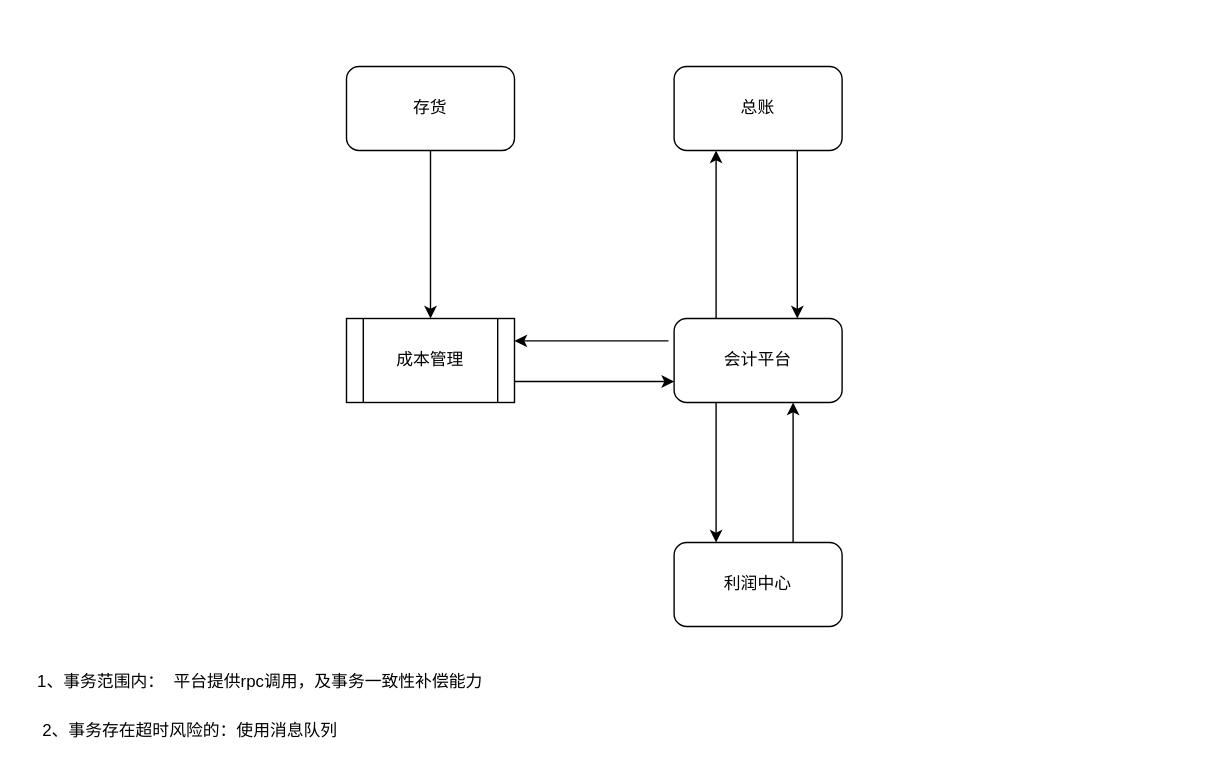
Before: 管理会计架构 .drawio in rainygod/whreact, a draw.io diagram. Source tidied: cells renumbered, new cells numbered last; positions are measured from the earlier drawing's top-left corner, leaving out a move shared by most shapes. Both pictures are drawn from the tidied source at 140%, with x=0, y=0 at pixel (28, 66).
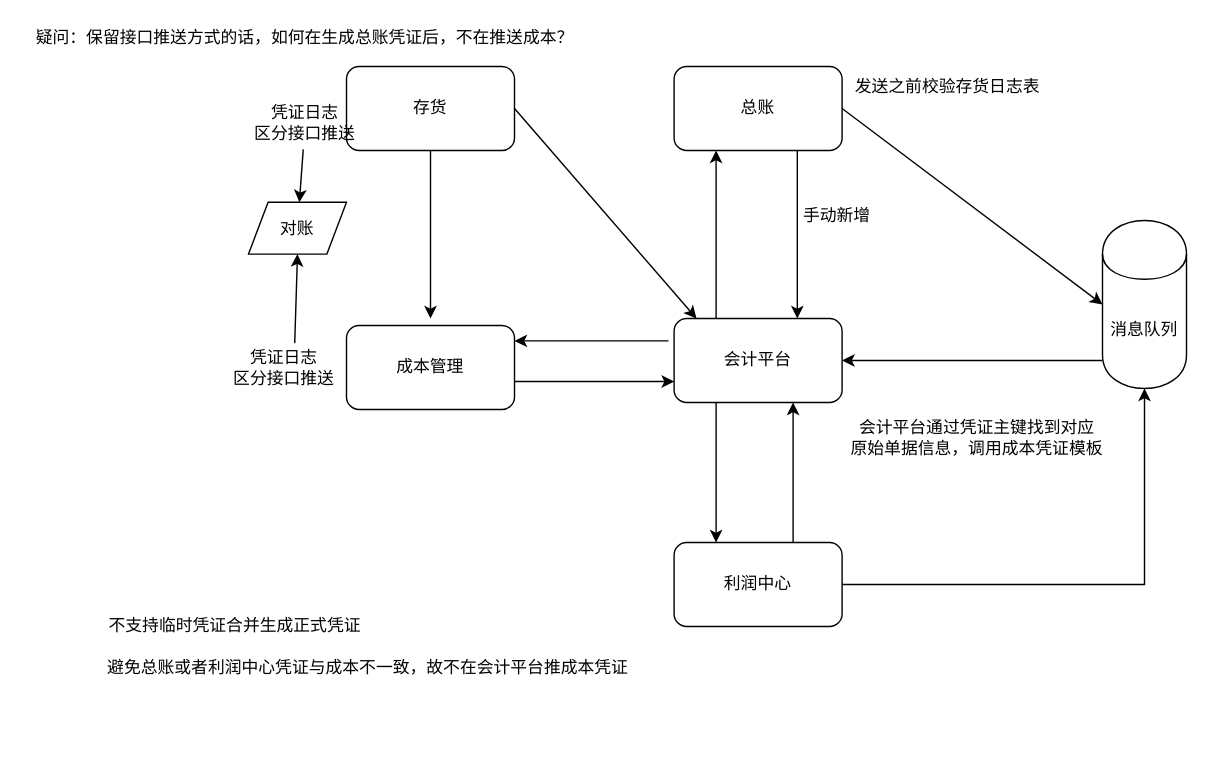
After the change.

Commit message:
更新管理会计架构 .drawio

Unchanged cells that the change refers to:
```xml
<mxCell id="4" value="存货" style="rounded=1;whiteSpace=wrap;html=1;" parent="1" vertex="1">
  <mxGeometry x="227" width="120" height="60" as="geometry" />
</mxCell>
<mxCell id="7" value="会计平台" style="rounded=1;whiteSpace=wrap;html=1;" parent="1" vertex="1">
  <mxGeometry x="461" y="180" width="120" height="60" as="geometry" />
</mxCell>
<mxCell id="8" value="总账" style="rounded=1;whiteSpace=wrap;html=1;" parent="1" vertex="1">
  <mxGeometry x="461" width="120" height="60" as="geometry" />
</mxCell>
<mxCell id="10" value="利润中心" style="rounded=1;whiteSpace=wrap;html=1;" parent="1" vertex="1">
  <mxGeometry x="461" y="340" width="120" height="60" as="geometry" />
</mxCell>
```

What changed in the source:
```diff
@@
-    <mxCell id="2" value="成本管理" style="shape=process;whiteSpace=wrap;html=1;backgroundOutline=1;" parent="1" vertex="1">
-      <mxGeometry x="227" y="180" width="120" height="60" as="geometry" />
-    </mxCell>
-    <mxCell id="3" style="edgeStyle=orthogonalEdgeStyle;rounded=0;jettySize=auto;html=1;exitX=0.5;exitY=1;exitDx=0;exitDy=0;entryX=0.5;entryY=0;entryDx=0;entryDy=0;" parent="1" edge="1" source="4" target="2">
-      <mxGeometry relative="1" as="geometry" />
+    <mxCell id="3" style="edgeStyle=orthogonalEdgeStyle;rounded=0;jettySize=auto;html=1;exitX=0.5;exitY=1;exitDx=0;exitDy=0;entryX=0.5;entryY=0;entryDx=0;entryDy=0;" parent="1" edge="1" source="4">
+      <mxGeometry relative="1" as="geometry">
+        <mxPoint x="287" y="180" as="targetPoint" />
+      </mxGeometry>
     </mxCell>
@@
+    <mxCell id="16" style="edgeStyle=orthogonalEdgeStyle;rounded=0;jettySize=auto;html=1;exitX=1;exitY=0.5;exitDx=0;exitDy=0;entryX=0.5;entryY=1;entryDx=0;entryDy=0;" parent="1" edge="1" source="10" target="22">
+      <mxGeometry relative="1" as="geometry" />
+    </mxCell>
@@
-    <mxCell id="13" style="endArrow=classic;html=1;exitX=1;exitY=0.75;exitDx=0;exitDy=0;entryX=0;entryY=0.75;entryDx=0;entryDy=0;" parent="1" edge="1" source="2" target="7">
-      <mxGeometry relative="1" as="geometry" />
+    <mxCell id="13" style="endArrow=classic;html=1;exitX=1;exitY=0.75;exitDx=0;exitDy=0;entryX=0;entryY=0.75;entryDx=0;entryDy=0;" parent="1" edge="1" target="7">
+      <mxGeometry relative="1" as="geometry">
+        <mxPoint x="347" y="225" as="sourcePoint" />
+      </mxGeometry>
     </mxCell>
-    <mxCell id="14" value="1、事务范围内：&amp;nbsp; 平台提供rpc调用，及事务一致性补偿能力" style="text;html=1;align=center;verticalAlign=middle;" parent="1" vertex="1">
-      <mxGeometry y="430" width="330" height="20" as="geometry" />
-    </mxCell>
-    <mxCell id="15" value="2、事务存在超时风险的：使用消息队列" style="text;html=1;align=center;verticalAlign=middle;" parent="1" vertex="1">
-      <mxGeometry y="465" width="230" height="20" as="geometry" />
-    </mxCell>
+    <mxCell id="17" style="endArrow=classic;html=1;exitX=1;exitY=0.5;exitDx=0;exitDy=0;" parent="1" edge="1" source="4">
+      <mxGeometry relative="1" as="geometry">
+        <mxPoint x="477" y="180" as="targetPoint" />
+      </mxGeometry>
+    </mxCell>
+    <mxCell id="18" value="避免总账或者利润中心凭证与成本不一致，故不在会计平台推成本凭证" style="text;html=1;align=center;verticalAlign=middle;" parent="1" vertex="1">
+      <mxGeometry x="47" y="420" width="390" height="20" as="geometry" />
+    </mxCell>
+    <mxCell id="19" style="endArrow=classic;html=1;exitX=1;exitY=0.5;exitDx=0;exitDy=0;entryX=0;entryY=0.5;entryDx=0;entryDy=0;" parent="1" edge="1" source="8" target="22">
+      <mxGeometry relative="1" as="geometry" />
+    </mxCell>
+    <mxCell id="20" style="endArrow=classic;html=1;exitX=0;exitY=0.833;exitDx=0;exitDy=0;exitPerimeter=0;" parent="1" edge="1" source="22" target="7">
+      <mxGeometry relative="1" as="geometry" />
+    </mxCell>
+    <mxCell id="21" value="会计平台通过凭证主键找到对应&lt;br&gt;原始单据信息，调用成本凭证模板" style="text;html=1;align=center;verticalAlign=middle;" parent="1" vertex="1">
+      <mxGeometry x="577" y="250" width="200" height="30" as="geometry" />
+    </mxCell>
+    <mxCell id="22" value="消息队列" style="shape=cylinder;whiteSpace=wrap;html=1;boundedLbl=1;backgroundOutline=1;" parent="1" vertex="1">
+      <mxGeometry x="767" y="110" width="60" height="120" as="geometry" />
+    </mxCell>
+    <mxCell id="23" value="不支持临时凭证合并生成正式凭证" style="text;html=1;align=center;verticalAlign=middle;" parent="1" vertex="1">
+      <mxGeometry x="47" y="390" width="200" height="20" as="geometry" />
+    </mxCell>
+    <mxCell id="24" value="手动新增" style="text;html=1;align=center;verticalAlign=middle;" parent="1" vertex="1">
+      <mxGeometry x="547" y="97" width="60" height="20" as="geometry" />
+    </mxCell>
+    <mxCell id="25" value="对账" style="shape=parallelogram;perimeter=parallelogramPerimeter;whiteSpace=wrap;html=1;" parent="1" vertex="1">
+      <mxGeometry x="157" y="97" width="70" height="37" as="geometry" />
+    </mxCell>
+    <mxCell id="26" value="凭证日志&lt;br&gt;区分接口推送" style="text;html=1;align=center;verticalAlign=middle;points=[];" parent="1" vertex="1">
+      <mxGeometry x="152" y="25" width="90" height="30" as="geometry" />
+    </mxCell>
+    <mxCell id="27" value="凭证日志&lt;br&gt;区分接口推送" style="text;html=1;align=center;verticalAlign=middle;points=[];" parent="1" vertex="1">
+      <mxGeometry x="137" y="200" width="90" height="30" as="geometry" />
+    </mxCell>
+    <mxCell id="28" style="endArrow=classic;html=1;exitX=0.49;exitY=1.14;exitDx=0;exitDy=0;exitPerimeter=0;" parent="1" edge="1" source="26" target="25">
+      <mxGeometry relative="1" as="geometry" />
+    </mxCell>
+    <mxCell id="29" style="endArrow=classic;html=1;entryX=0.5;entryY=1;entryDx=0;entryDy=0;exitX=0.589;exitY=-0.08;exitDx=0;exitDy=0;exitPerimeter=0;" parent="1" edge="1" source="27" target="25">
+      <mxGeometry relative="1" as="geometry" />
+    </mxCell>
+    <mxCell id="2" value="成本管理" style="rounded=1;whiteSpace=wrap;html=1;" parent="1" vertex="1">
+      <mxGeometry x="227" y="185" width="120" height="60" as="geometry" />
+    </mxCell>
+    <mxCell id="30" value="疑问：保留接口推送方式的话，如何在生成总账凭证后，不在推送成本？" style="text;html=1;align=center;verticalAlign=middle;" parent="1" vertex="1">
+      <mxGeometry x="-3" y="-30" width="400" height="20" as="geometry" />
+    </mxCell>
+    <mxCell id="31" value="发送之前校验存货日志表" style="text;html=1;align=center;verticalAlign=middle;" parent="1" vertex="1">
+      <mxGeometry x="581" y="5" width="150" height="20" as="geometry" />
+    </mxCell>
```
